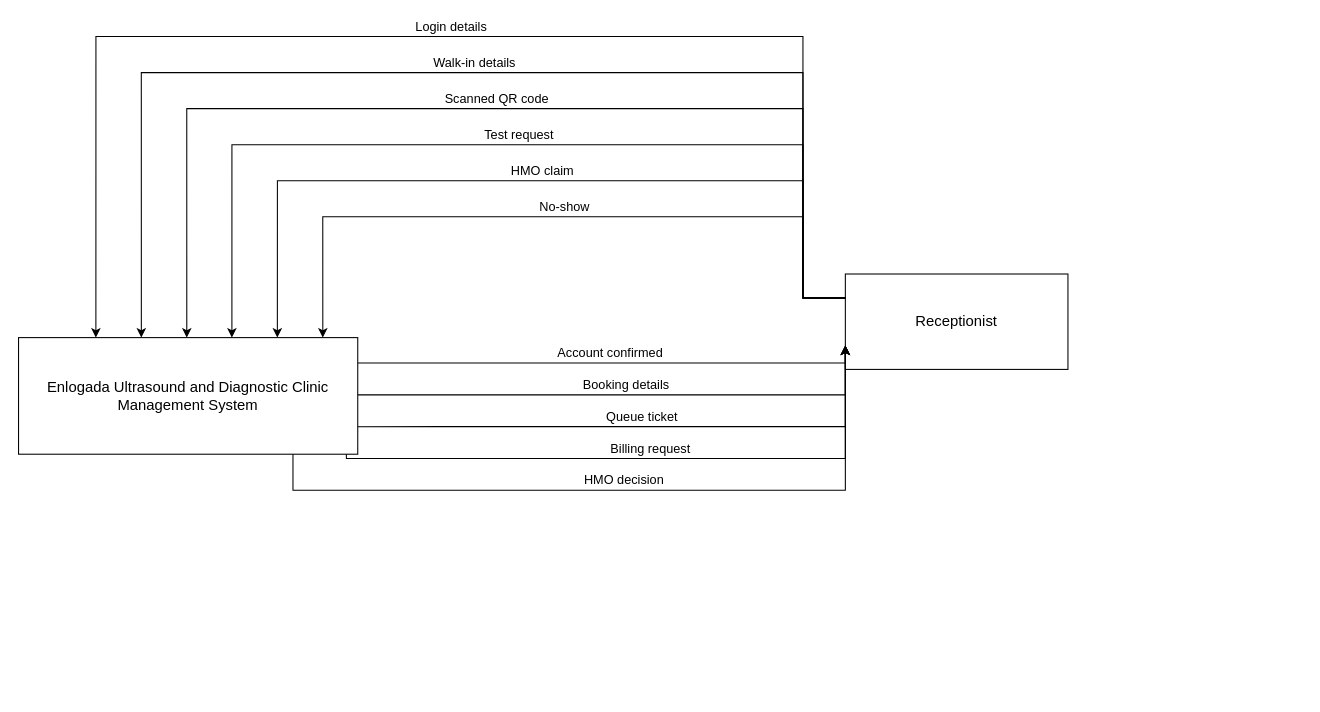
Earlier version of the draw.io diagram page "Receptionist" (4 of 9) of docs/diagrams/dfd-level0.drawio (steven23lz/Enlogada-Clinic-Management-System). Source tidied: cells renumbered, new cells numbered last; positions are measured from the earlier drawing's top-left corner, leaving out a move shared by most shapes. Both pictures are drawn from the tidied source at 106%, with x=0, y=0 at pixel (18, 36).
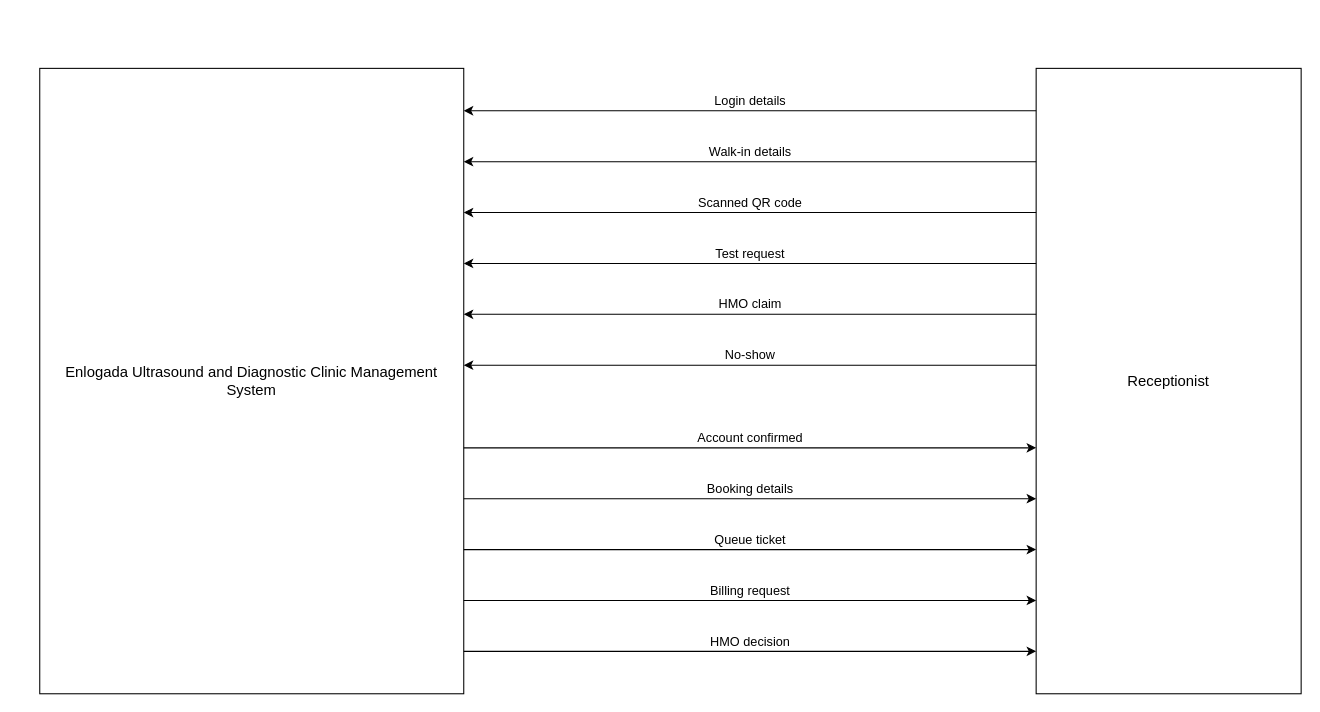
Above is the later version.

The edit, as a diff of the source:
```diff
@@
     <mxCell id="2" value="Enlogada Ultrasound and Diagnostic Clinic Management System" style="rounded=0;whiteSpace=wrap;html=1;verticalAlign=middle;fontFamily=Helvetica;fontSize=14;fontColor=#000000;strokeColor=#000000;" parent="1" vertex="1">
-      <mxGeometry y="284" width="320" height="110" as="geometry" />
+      <mxGeometry x="20" y="30" width="400" height="590" as="geometry" />
     </mxCell>
     <mxCell id="3" value="Receptionist" style="rounded=0;whiteSpace=wrap;html=1;fontFamily=Helvetica;fontSize=14;fontColor=#000000;strokeColor=#000000;" parent="1" vertex="1">
-      <mxGeometry x="780" y="224" width="210" height="90" as="geometry" />
+      <mxGeometry x="960" y="30" width="250" height="590" as="geometry" />
     </mxCell>
-    <mxCell id="4" value="Login details" style="edgeStyle=orthogonalEdgeStyle;rounded=0;html=1;verticalAlign=bottom;fontFamily=Helvetica;fontSize=12;fontColor=#000000;strokeColor=#000000;exitX=0;exitY=0.25;exitDx=0;exitDy=0;entryX=0.228;entryY=0;entryDx=0;entryDy=0;" parent="1" edge="1" source="3" target="2">
-      <mxGeometry relative="1" as="geometry">
-        <Array as="points">
-          <mxPoint x="740" />
-          <mxPoint x="72.9" />
-        </Array>
-      </mxGeometry>
+    <mxCell id="4" value="Login details" style="edgeStyle=orthogonalEdgeStyle;rounded=0;html=1;verticalAlign=bottom;fontFamily=Helvetica;fontSize=12;fontColor=#000000;strokeColor=#000000;exitX=0;entryX=1;exitY=0.0678;exitDx=0;exitDy=0;entryY=0.0678;entryDx=0;entryDy=0;" parent="1" edge="1" source="3" target="2">
+      <mxGeometry relative="1" as="geometry" />
     </mxCell>
-    <mxCell id="5" value="Walk-in details" style="edgeStyle=orthogonalEdgeStyle;rounded=0;html=1;verticalAlign=bottom;fontFamily=Helvetica;fontSize=12;fontColor=#000000;strokeColor=#000000;exitX=0;exitY=0.25;exitDx=0;exitDy=0;entryX=0.362;entryY=0;entryDx=0;entryDy=0;" parent="1" edge="1" source="3" target="2">
-      <mxGeometry relative="1" as="geometry">
-        <Array as="points">
-          <mxPoint x="740" y="34" />
-          <mxPoint x="115.7" y="34" />
-        </Array>
-      </mxGeometry>
+    <mxCell id="5" value="Walk-in details" style="edgeStyle=orthogonalEdgeStyle;rounded=0;html=1;verticalAlign=bottom;fontFamily=Helvetica;fontSize=12;fontColor=#000000;strokeColor=#000000;exitX=0;entryX=1;exitY=0.1492;exitDx=0;exitDy=0;entryY=0.1492;entryDx=0;entryDy=0;" parent="1" edge="1" source="3" target="2">
+      <mxGeometry relative="1" as="geometry" />
     </mxCell>
-    <mxCell id="6" value="Scanned QR code" style="edgeStyle=orthogonalEdgeStyle;rounded=0;html=1;verticalAlign=bottom;fontFamily=Helvetica;fontSize=12;fontColor=#000000;strokeColor=#000000;exitX=0;exitY=0.25;exitDx=0;exitDy=0;entryX=0.496;entryY=0;entryDx=0;entryDy=0;" parent="1" edge="1" source="3" target="2">
-      <mxGeometry relative="1" as="geometry">
-        <Array as="points">
-          <mxPoint x="740" y="68" />
-          <mxPoint x="158.6" y="68" />
-        </Array>
-      </mxGeometry>
+    <mxCell id="6" value="Scanned QR code" style="edgeStyle=orthogonalEdgeStyle;rounded=0;html=1;verticalAlign=bottom;fontFamily=Helvetica;fontSize=12;fontColor=#000000;strokeColor=#000000;exitX=0;entryX=1;exitY=0.2305;exitDx=0;exitDy=0;entryY=0.2305;entryDx=0;entryDy=0;" parent="1" edge="1" source="3" target="2">
+      <mxGeometry relative="1" as="geometry" />
     </mxCell>
-    <mxCell id="7" value="Test request" style="edgeStyle=orthogonalEdgeStyle;rounded=0;html=1;verticalAlign=bottom;fontFamily=Helvetica;fontSize=12;fontColor=#000000;strokeColor=#000000;exitX=0;exitY=0.25;exitDx=0;exitDy=0;entryX=0.629;entryY=0;entryDx=0;entryDy=0;" parent="1" edge="1" source="3" target="2">
-      <mxGeometry relative="1" as="geometry">
-        <Array as="points">
-          <mxPoint x="740" y="102" />
-          <mxPoint x="201.4" y="102" />
-        </Array>
-      </mxGeometry>
+    <mxCell id="7" value="Test request" style="edgeStyle=orthogonalEdgeStyle;rounded=0;html=1;verticalAlign=bottom;fontFamily=Helvetica;fontSize=12;fontColor=#000000;strokeColor=#000000;exitX=0;entryX=1;exitY=0.3119;exitDx=0;exitDy=0;entryY=0.3119;entryDx=0;entryDy=0;" parent="1" edge="1" source="3" target="2">
+      <mxGeometry relative="1" as="geometry" />
     </mxCell>
-    <mxCell id="8" value="HMO claim" style="edgeStyle=orthogonalEdgeStyle;rounded=0;html=1;verticalAlign=bottom;fontFamily=Helvetica;fontSize=12;fontColor=#000000;strokeColor=#000000;exitX=0;exitY=0.25;exitDx=0;exitDy=0;entryX=0.763;entryY=0;entryDx=0;entryDy=0;" parent="1" edge="1" source="3" target="2">
-      <mxGeometry relative="1" as="geometry">
-        <Array as="points">
-          <mxPoint x="740" y="136" />
-          <mxPoint x="244.3" y="136" />
-        </Array>
-      </mxGeometry>
+    <mxCell id="8" value="HMO claim" style="edgeStyle=orthogonalEdgeStyle;rounded=0;html=1;verticalAlign=bottom;fontFamily=Helvetica;fontSize=12;fontColor=#000000;strokeColor=#000000;exitX=0;entryX=1;exitY=0.3932;exitDx=0;exitDy=0;entryY=0.3932;entryDx=0;entryDy=0;" parent="1" edge="1" source="3" target="2">
+      <mxGeometry relative="1" as="geometry" />
     </mxCell>
-    <mxCell id="9" value="No-show" style="edgeStyle=orthogonalEdgeStyle;rounded=0;html=1;verticalAlign=bottom;fontFamily=Helvetica;fontSize=12;fontColor=#000000;strokeColor=#000000;exitX=0;exitY=0.25;exitDx=0;exitDy=0;entryX=0.897;entryY=0;entryDx=0;entryDy=0;" parent="1" edge="1" source="3" target="2">
-      <mxGeometry relative="1" as="geometry">
-        <Array as="points">
-          <mxPoint x="740" y="170" />
-          <mxPoint x="287.1" y="170" />
-        </Array>
-      </mxGeometry>
+    <mxCell id="9" value="No-show" style="edgeStyle=orthogonalEdgeStyle;rounded=0;html=1;verticalAlign=bottom;fontFamily=Helvetica;fontSize=12;fontColor=#000000;strokeColor=#000000;exitX=0;entryX=1;exitY=0.4746;exitDx=0;exitDy=0;entryY=0.4746;entryDx=0;entryDy=0;" parent="1" edge="1" source="3" target="2">
+      <mxGeometry relative="1" as="geometry" />
     </mxCell>
-    <mxCell id="10" value="Account confirmed" style="edgeStyle=orthogonalEdgeStyle;rounded=0;html=1;verticalAlign=bottom;fontFamily=Helvetica;fontSize=12;fontColor=#000000;strokeColor=#000000;exitX=1;exitY=0.218;exitDx=0;exitDy=0;entryX=0;entryY=0.75;entryDx=0;entryDy=0;" parent="1" edge="1" source="2" target="3">
-      <mxGeometry relative="1" as="geometry">
-        <Array as="points">
-          <mxPoint x="400" y="308" />
-          <mxPoint x="740" y="308" />
-        </Array>
-      </mxGeometry>
+    <mxCell id="10" value="Account confirmed" style="edgeStyle=orthogonalEdgeStyle;rounded=0;html=1;verticalAlign=bottom;fontFamily=Helvetica;fontSize=12;fontColor=#000000;strokeColor=#000000;exitX=1;entryX=0;exitY=0.6068;exitDx=0;exitDy=0;entryY=0.6068;entryDx=0;entryDy=0;" parent="1" edge="1" source="2" target="3">
+      <mxGeometry relative="1" as="geometry" />
     </mxCell>
-    <mxCell id="11" value="Booking details" style="edgeStyle=orthogonalEdgeStyle;rounded=0;html=1;verticalAlign=bottom;fontFamily=Helvetica;fontSize=12;fontColor=#000000;strokeColor=#000000;exitX=1;exitY=0.491;exitDx=0;exitDy=0;entryX=0;entryY=0.75;entryDx=0;entryDy=0;" parent="1" edge="1" source="2" target="3">
-      <mxGeometry relative="1" as="geometry">
-        <Array as="points">
-          <mxPoint x="400" y="338" />
-          <mxPoint x="740" y="338" />
-        </Array>
-      </mxGeometry>
+    <mxCell id="11" value="Booking details" style="edgeStyle=orthogonalEdgeStyle;rounded=0;html=1;verticalAlign=bottom;fontFamily=Helvetica;fontSize=12;fontColor=#000000;strokeColor=#000000;exitX=1;entryX=0;exitY=0.6881;exitDx=0;exitDy=0;entryY=0.6881;entryDx=0;entryDy=0;" parent="1" edge="1" source="2" target="3">
+      <mxGeometry relative="1" as="geometry" />
     </mxCell>
-    <mxCell id="12" value="Queue ticket" style="edgeStyle=orthogonalEdgeStyle;rounded=0;html=1;verticalAlign=bottom;fontFamily=Helvetica;fontSize=12;fontColor=#000000;strokeColor=#000000;exitX=1;exitY=0.764;exitDx=0;exitDy=0;entryX=0;entryY=0.75;entryDx=0;entryDy=0;" parent="1" edge="1" source="2" target="3">
-      <mxGeometry relative="1" as="geometry">
-        <Array as="points">
-          <mxPoint x="400" y="368" />
-          <mxPoint x="740" y="368" />
-        </Array>
-      </mxGeometry>
+    <mxCell id="12" value="Queue ticket" style="edgeStyle=orthogonalEdgeStyle;rounded=0;html=1;verticalAlign=bottom;fontFamily=Helvetica;fontSize=12;fontColor=#000000;strokeColor=#000000;exitX=1;entryX=0;exitY=0.7695;exitDx=0;exitDy=0;entryY=0.7695;entryDx=0;entryDy=0;" parent="1" edge="1" source="2" target="3">
+      <mxGeometry relative="1" as="geometry" />
     </mxCell>
-    <mxCell id="13" value="Billing request" style="edgeStyle=orthogonalEdgeStyle;rounded=0;html=1;verticalAlign=bottom;fontFamily=Helvetica;fontSize=12;fontColor=#000000;strokeColor=#000000;exitX=1;exitY=1.036;exitDx=0;exitDy=0;entryX=0;entryY=0.75;entryDx=0;entryDy=0;" parent="1" edge="1" source="2" target="3">
-      <mxGeometry relative="1" as="geometry">
-        <Array as="points">
-          <mxPoint x="400" y="398" />
-          <mxPoint x="740" y="398" />
-        </Array>
-      </mxGeometry>
+    <mxCell id="13" value="Billing request" style="edgeStyle=orthogonalEdgeStyle;rounded=0;html=1;verticalAlign=bottom;fontFamily=Helvetica;fontSize=12;fontColor=#000000;strokeColor=#000000;exitX=1;entryX=0;exitY=0.8508;exitDx=0;exitDy=0;entryY=0.8508;entryDx=0;entryDy=0;" parent="1" edge="1" source="2" target="3">
+      <mxGeometry relative="1" as="geometry" />
     </mxCell>
-    <mxCell id="14" value="HMO decision" style="edgeStyle=orthogonalEdgeStyle;rounded=0;html=1;verticalAlign=bottom;fontFamily=Helvetica;fontSize=12;fontColor=#000000;strokeColor=#000000;exitX=1;exitY=1.309;exitDx=0;exitDy=0;entryX=0;entryY=0.75;entryDx=0;entryDy=0;" parent="1" edge="1" source="2" target="3">
-      <mxGeometry relative="1" as="geometry">
-        <Array as="points">
-          <mxPoint x="400" y="428" />
-          <mxPoint x="740" y="428" />
-        </Array>
-      </mxGeometry>
+    <mxCell id="14" value="HMO decision" style="edgeStyle=orthogonalEdgeStyle;rounded=0;html=1;verticalAlign=bottom;fontFamily=Helvetica;fontSize=12;fontColor=#000000;strokeColor=#000000;exitX=1;entryX=0;exitY=0.9322;exitDx=0;exitDy=0;entryY=0.9322;entryDx=0;entryDy=0;" parent="1" edge="1" source="2" target="3">
+      <mxGeometry relative="1" as="geometry" />
     </mxCell>
```
